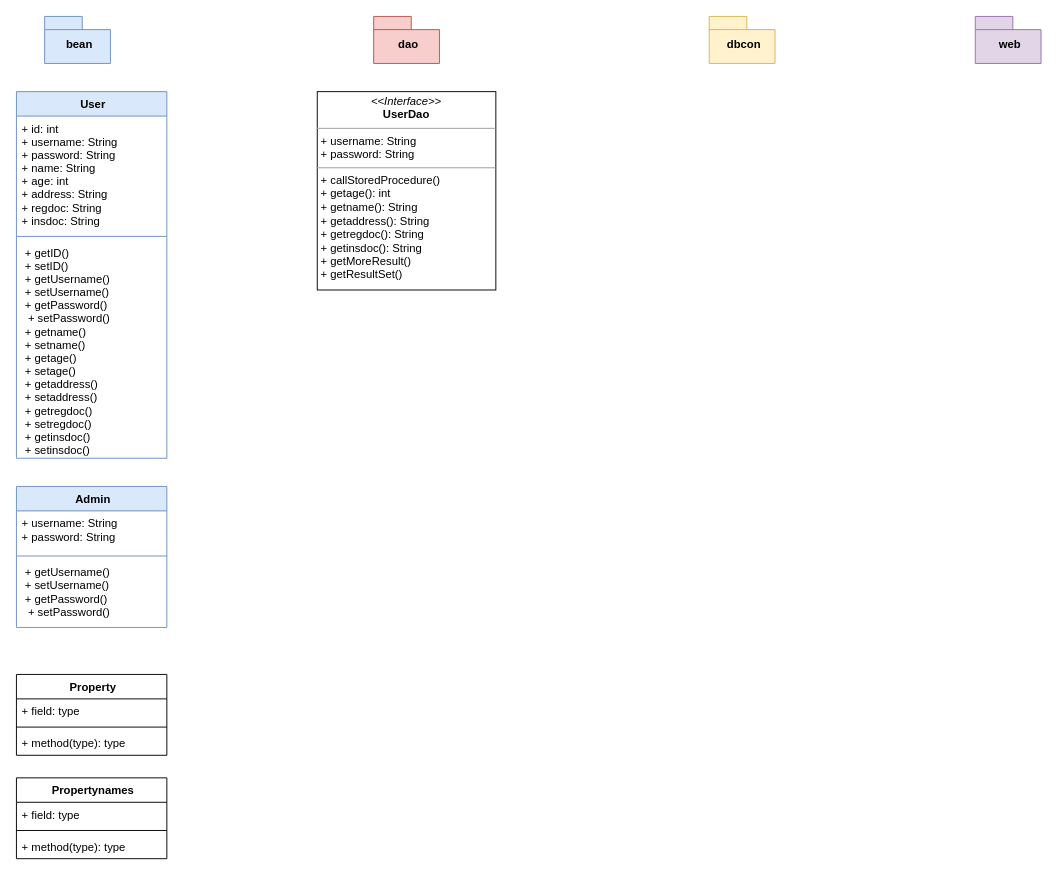
Above: Untitled Diagram.drawio in SanjanaSawant5/test (draw.io), before the change. Source tidied: cells renumbered, new cells numbered last; positions are measured from the earlier drawing's top-left corner, leaving out a move shared by most shapes. Both pictures are drawn from the tidied source at 94%, with x=0, y=0 at pixel (16, 16).
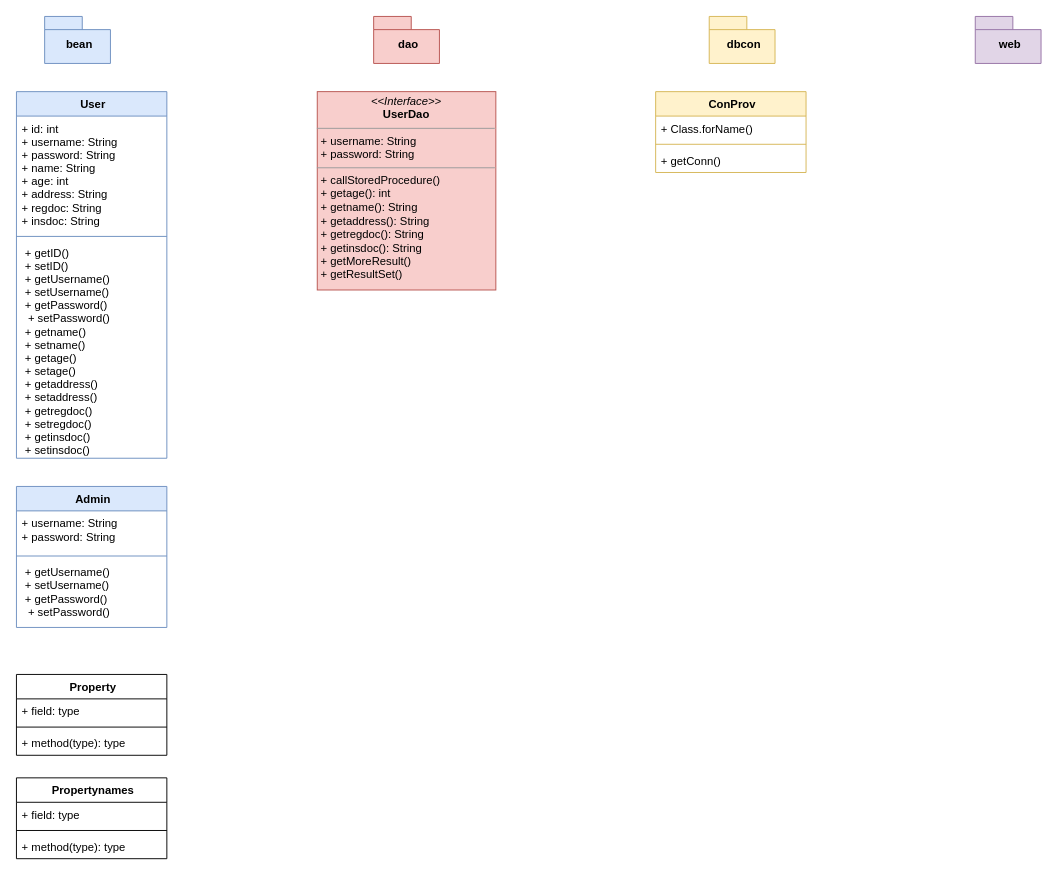
Above is the later version.

What changed in the source:
```diff
@@
-    <mxCell id="22" value="&lt;p style=&quot;margin:0px;margin-top:4px;text-align:center;&quot;&gt;&lt;i&gt;&amp;lt;&amp;lt;Interface&amp;gt;&amp;gt;&lt;/i&gt;&lt;br&gt;&lt;b&gt;UserDao&lt;/b&gt;&lt;/p&gt;&lt;hr size=&quot;1&quot;&gt;&lt;p style=&quot;margin:0px;margin-left:4px;&quot;&gt;+ username: String&lt;br&gt;+ password: String&lt;/p&gt;&lt;hr size=&quot;1&quot;&gt;&lt;p style=&quot;margin:0px;margin-left:4px;&quot;&gt;+ callStoredProcedure()&lt;br&gt;+ getage(): int&lt;/p&gt;&lt;p style=&quot;margin:0px;margin-left:4px;&quot;&gt;+ getname(): String&lt;/p&gt;&lt;p style=&quot;margin:0px;margin-left:4px;&quot;&gt;+ getaddress(): String&lt;/p&gt;&lt;p style=&quot;margin:0px;margin-left:4px;&quot;&gt;+ getregdoc(): String&lt;/p&gt;&lt;p style=&quot;margin:0px;margin-left:4px;&quot;&gt;+ getinsdoc(): String&lt;/p&gt;&lt;p style=&quot;margin:0px;margin-left:4px;&quot;&gt;+ getMoreResult()&lt;/p&gt;&lt;p style=&quot;margin:0px;margin-left:4px;&quot;&gt;+ getResultSet()&lt;/p&gt;&lt;p style=&quot;margin:0px;margin-left:4px;&quot;&gt;&lt;span style=&quot;background-color: rgb(232, 242, 254); font-family: Consolas; font-size: 10pt;&quot;&gt;&lt;br&gt;&lt;/span&gt;&lt;/p&gt;" style="verticalAlign=top;align=left;overflow=fill;fontSize=12;fontFamily=Helvetica;html=1;" parent="1" vertex="1">
+    <mxCell id="22" value="&lt;p style=&quot;margin:0px;margin-top:4px;text-align:center;&quot;&gt;&lt;i&gt;&amp;lt;&amp;lt;Interface&amp;gt;&amp;gt;&lt;/i&gt;&lt;br&gt;&lt;b&gt;UserDao&lt;/b&gt;&lt;/p&gt;&lt;hr size=&quot;1&quot;&gt;&lt;p style=&quot;margin:0px;margin-left:4px;&quot;&gt;+ username: String&lt;br&gt;+ password: String&lt;/p&gt;&lt;hr size=&quot;1&quot;&gt;&lt;p style=&quot;margin:0px;margin-left:4px;&quot;&gt;+ callStoredProcedure()&lt;br&gt;+ getage(): int&lt;/p&gt;&lt;p style=&quot;margin:0px;margin-left:4px;&quot;&gt;+ getname(): String&lt;/p&gt;&lt;p style=&quot;margin:0px;margin-left:4px;&quot;&gt;+ getaddress(): String&lt;/p&gt;&lt;p style=&quot;margin:0px;margin-left:4px;&quot;&gt;+ getregdoc(): String&lt;/p&gt;&lt;p style=&quot;margin:0px;margin-left:4px;&quot;&gt;+ getinsdoc(): String&lt;/p&gt;&lt;p style=&quot;margin:0px;margin-left:4px;&quot;&gt;+ getMoreResult()&lt;/p&gt;&lt;p style=&quot;margin:0px;margin-left:4px;&quot;&gt;+ getResultSet()&lt;/p&gt;&lt;p style=&quot;margin:0px;margin-left:4px;&quot;&gt;&lt;span style=&quot;background-color: rgb(232, 242, 254); font-family: Consolas; font-size: 10pt;&quot;&gt;&lt;br&gt;&lt;/span&gt;&lt;/p&gt;" style="verticalAlign=top;align=left;overflow=fill;fontSize=12;fontFamily=Helvetica;html=1;fillColor=#f8cecc;strokeColor=#b85450;" parent="1" vertex="1">
       <mxGeometry x="320" y="80" width="190" height="211" as="geometry" />
     </mxCell>
+    <mxCell id="23" value=" ConProv" style="swimlane;fontStyle=1;align=center;verticalAlign=top;horizontal=1;startSize=26;fillColor=#fff2cc;strokeColor=#d6b656;" parent="1" vertex="1">
+      <mxGeometry x="680" y="80" width="160" height="86" as="geometry" />
+    </mxCell>
+    <mxCell id="24" value="+ Class.forName()" style="text;strokeColor=none;fillColor=none;align=left;verticalAlign=top;spacingLeft=4;spacingRight=4;overflow=hidden;" parent="23" vertex="1">
+      <mxGeometry y="26" width="160" height="26" as="geometry" />
+    </mxCell>
+    <mxCell id="25" style="line;strokeWidth=1;fillColor=none;align=left;verticalAlign=middle;spacingTop=-1;spacingLeft=3;spacingRight=3;labelPosition=right;strokeColor=inherit;" parent="23" vertex="1">
+      <mxGeometry y="52" width="160" height="8" as="geometry" />
+    </mxCell>
+    <mxCell id="26" value="+ getConn()" style="text;strokeColor=none;fillColor=none;align=left;verticalAlign=top;spacingLeft=4;spacingRight=4;overflow=hidden;" parent="23" vertex="1">
+      <mxGeometry y="60" width="160" height="26" as="geometry" />
+    </mxCell>
```
